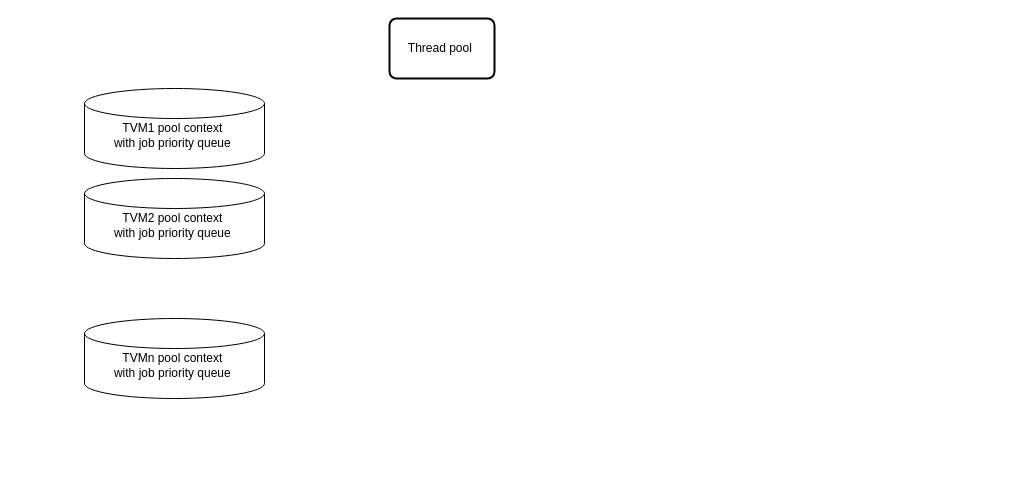
Before: picture/job level.drawio in yuyilei/Daily-Notes, a draw.io diagram. Source tidied: cells renumbered, new cells numbered last; positions are measured from the earlier drawing's top-left corner, leaving out a move shared by most shapes. Both pictures are drawn from the tidied source at 100%, with x=0, y=0 at pixel (84, 18).
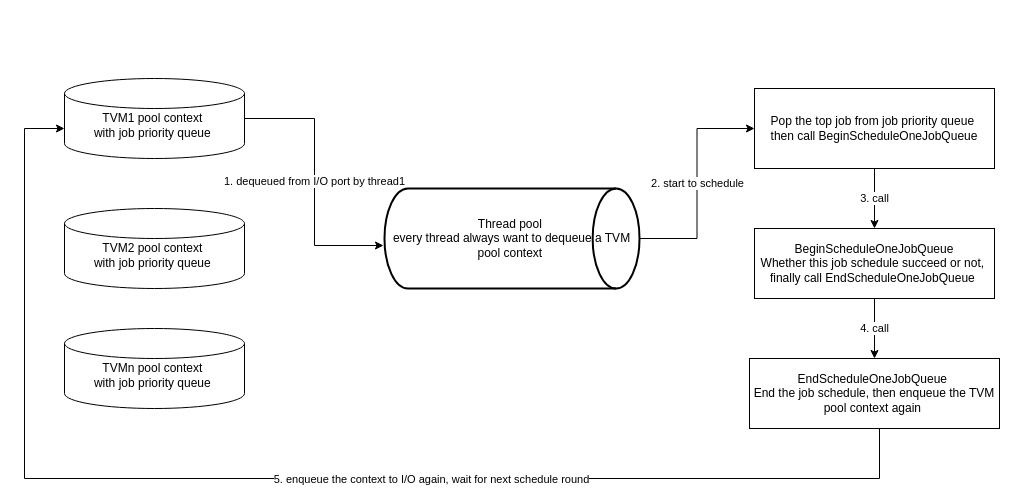
The same page after the edit.

What changed in the source:
```diff
@@
 <mxGraphModel>
   <root>
     <mxCell id="0" />
     <mxCell id="1" parent="0" />
+    <mxCell id="6" value="1. dequeued from I/O port by thread1" style="edgeStyle=orthogonalEdgeStyle;rounded=0;jettySize=auto;html=1;entryX=-0.004;entryY=0.57;entryDx=0;entryDy=0;entryPerimeter=0;" parent="1" edge="1" source="2" target="8">
+      <mxGeometry relative="1" as="geometry" />
+    </mxCell>
     <mxCell id="2" value="&lt;br&gt;TVM1 pool context&amp;nbsp;&lt;br&gt;with job priority queue&amp;nbsp;" style="shape=cylinder2;whiteSpace=wrap;html=1;boundedLbl=1;backgroundOutline=1;size=15;" parent="1" vertex="1">
-      <mxGeometry y="70" width="180" height="80" as="geometry" />
+      <mxGeometry x="-20" y="60" width="180" height="80" as="geometry" />
     </mxCell>
-    <mxCell id="3" value="Thread pool&amp;nbsp;" style="rounded=1;whiteSpace=wrap;html=1;absoluteArcSize=1;arcSize=14;strokeWidth=2;" parent="1" vertex="1">
-      <mxGeometry x="305" width="105" height="60" as="geometry" />
-    </mxCell>
     <mxCell id="4" value="&lt;br&gt;TVM2 pool context&amp;nbsp;&lt;br&gt;with job priority queue&amp;nbsp;" style="shape=cylinder2;whiteSpace=wrap;html=1;boundedLbl=1;backgroundOutline=1;size=15;" parent="1" vertex="1">
-      <mxGeometry y="160" width="180" height="80" as="geometry" />
+      <mxGeometry x="-20" y="190" width="180" height="80" as="geometry" />
     </mxCell>
     <mxCell id="5" value="&lt;br&gt;TVMn pool context&amp;nbsp;&lt;br&gt;with job priority queue&amp;nbsp;" style="shape=cylinder2;whiteSpace=wrap;html=1;boundedLbl=1;backgroundOutline=1;size=15;" parent="1" vertex="1">
-      <mxGeometry y="300" width="180" height="80" as="geometry" />
+      <mxGeometry x="-20" y="310" width="180" height="80" as="geometry" />
     </mxCell>
+    <mxCell id="7" value="2. start to schedule" style="edgeStyle=orthogonalEdgeStyle;rounded=0;jettySize=auto;html=1;entryX=0;entryY=0.5;entryDx=0;entryDy=0;" parent="1" edge="1" source="8" target="10">
+      <mxGeometry relative="1" as="geometry" />
+    </mxCell>
+    <mxCell id="8" value="Thread pool&amp;nbsp;&lt;br&gt;every thread always want to dequeue a TVM pool context&amp;nbsp;" style="strokeWidth=2;html=1;shape=mxgraph.flowchart.direct_data;whiteSpace=wrap;align=center;" parent="1" vertex="1">
+      <mxGeometry x="300" y="170" width="255" height="100" as="geometry" />
+    </mxCell>
+    <mxCell id="9" value="3. call" style="edgeStyle=orthogonalEdgeStyle;rounded=0;jettySize=auto;html=1;" parent="1" edge="1" source="10" target="12">
+      <mxGeometry relative="1" as="geometry" />
+    </mxCell>
+    <mxCell id="10" value="Pop the top job from job priority queue&amp;nbsp;&lt;br&gt;then call BeginScheduleOneJobQueue" style="rounded=0;whiteSpace=wrap;html=1;" parent="1" vertex="1">
+      <mxGeometry x="670" y="70" width="240" height="80" as="geometry" />
+    </mxCell>
+    <mxCell id="11" value="4. call" style="edgeStyle=orthogonalEdgeStyle;rounded=0;jettySize=auto;html=1;" parent="1" edge="1" source="12" target="15">
+      <mxGeometry relative="1" as="geometry" />
+    </mxCell>
+    <mxCell id="12" value="BeginScheduleOneJobQueue&lt;br&gt;Whether this job schedule succeed or not,&amp;nbsp; finally call EndScheduleOneJobQueue&amp;nbsp;" style="rounded=0;whiteSpace=wrap;html=1;" parent="1" vertex="1">
+      <mxGeometry x="670" y="210" width="240" height="70" as="geometry" />
+    </mxCell>
+    <mxCell id="13" style="edgeStyle=orthogonalEdgeStyle;rounded=0;jettySize=auto;html=1;" parent="1" edge="1" source="15" target="2">
+      <mxGeometry relative="1" as="geometry">
+        <Array as="points">
+          <mxPoint x="795" y="460" />
+          <mxPoint x="-60" y="460" />
+          <mxPoint x="-60" y="110" />
+        </Array>
+      </mxGeometry>
+    </mxCell>
+    <mxCell id="14" value="5. enqueue the context to I/O again, wait for next schedule round" style="edgeLabel;html=1;align=center;verticalAlign=middle;" parent="13" vertex="1">
+      <mxGeometry x="-0.23" relative="1" as="geometry" />
+    </mxCell>
+    <mxCell id="15" value="EndScheduleOneJobQueue&amp;nbsp;&lt;br&gt;End the job schedule, then enqueue the TVM pool context again&amp;nbsp;" style="rounded=0;whiteSpace=wrap;html=1;" parent="1" vertex="1">
+      <mxGeometry x="665" y="340" width="250" height="70" as="geometry" />
+    </mxCell>
   </root>
 </mxGraphModel>
```
